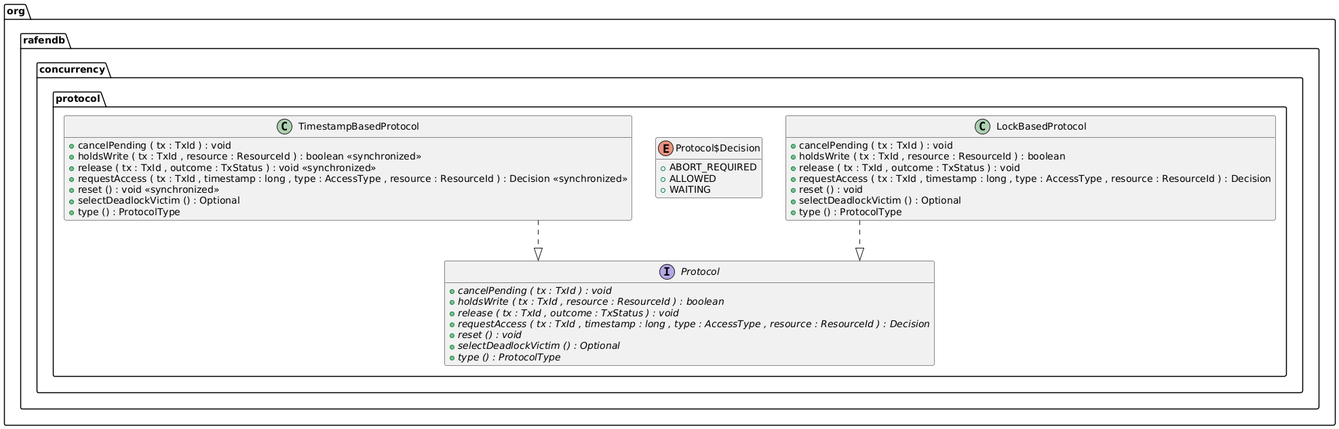
The PlantUML diagram docs/generated/concurrency/concurrency-protocol.png in m-akma1/rafendb, before a commit. Its source is kept beside it as docs/generated/concurrency/concurrency-protocol.puml. The source it was exported from:
```plantuml
@startuml

set namespaceSeparator .
hide empty members
skinparam linetype ortho


class org.rafendb.concurrency.protocol.LockBasedProtocol {
	{method} +cancelPending ( tx : TxId ) : void
	{method} +holdsWrite ( tx : TxId , resource : ResourceId ) : boolean
	{method} +release ( tx : TxId , outcome : TxStatus ) : void
	{method} +requestAccess ( tx : TxId , timestamp : long , type : AccessType , resource : ResourceId ) : Decision
	{method} +reset () : void
	{method} +selectDeadlockVictim () : Optional
	{method} +type () : ProtocolType
}


interface org.rafendb.concurrency.protocol.Protocol {
	{method}  {abstract} +cancelPending ( tx : TxId ) : void
	{method}  {abstract} +holdsWrite ( tx : TxId , resource : ResourceId ) : boolean
	{method}  {abstract} +release ( tx : TxId , outcome : TxStatus ) : void
	{method}  {abstract} +requestAccess ( tx : TxId , timestamp : long , type : AccessType , resource : ResourceId ) : Decision
	{method}  {abstract} +reset () : void
	{method}  {abstract} +selectDeadlockVictim () : Optional
	{method}  {abstract} +type () : ProtocolType
}


enum org.rafendb.concurrency.protocol.Protocol$Decision {
	{field} +ABORT_REQUIRED
	{field} +ALLOWED
	{field} +WAITING
}


class org.rafendb.concurrency.protocol.TimestampBasedProtocol {
	{method} +cancelPending ( tx : TxId ) : void
	{method} +holdsWrite ( tx : TxId , resource : ResourceId ) : boolean <<synchronized>>
	{method} +release ( tx : TxId , outcome : TxStatus ) : void <<synchronized>>
	{method} +requestAccess ( tx : TxId , timestamp : long , type : AccessType , resource : ResourceId ) : Decision <<synchronized>>
	{method} +reset () : void <<synchronized>>
	{method} +selectDeadlockVictim () : Optional
	{method} +type () : ProtocolType
}




org.rafendb.concurrency.protocol.LockBasedProtocol ..|>  org.rafendb.concurrency.protocol.Protocol
org.rafendb.concurrency.protocol.TimestampBasedProtocol ..|>  org.rafendb.concurrency.protocol.Protocol


@enduml
```
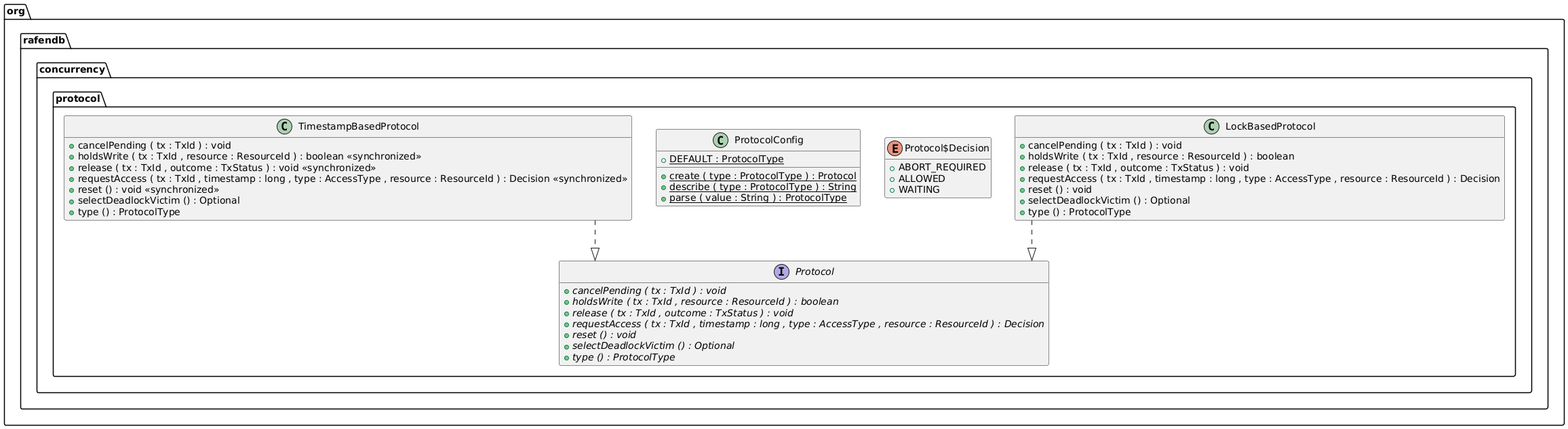
Later version of the same file.

What changed in the source:
```diff
@@ -34,6 +34,14 @@
 }
 
 
+class org.rafendb.concurrency.protocol.ProtocolConfig {
+	{field} {static} +DEFAULT : ProtocolType
+	{method}  {static} +create ( type : ProtocolType ) : Protocol
+	{method}  {static} +describe ( type : ProtocolType ) : String
+	{method}  {static} +parse ( value : String ) : ProtocolType
+}
+
+
 class org.rafendb.concurrency.protocol.TimestampBasedProtocol {
 	{method} +cancelPending ( tx : TxId ) : void
 	{method} +holdsWrite ( tx : TxId , resource : ResourceId ) : boolean <<synchronized>>
```
